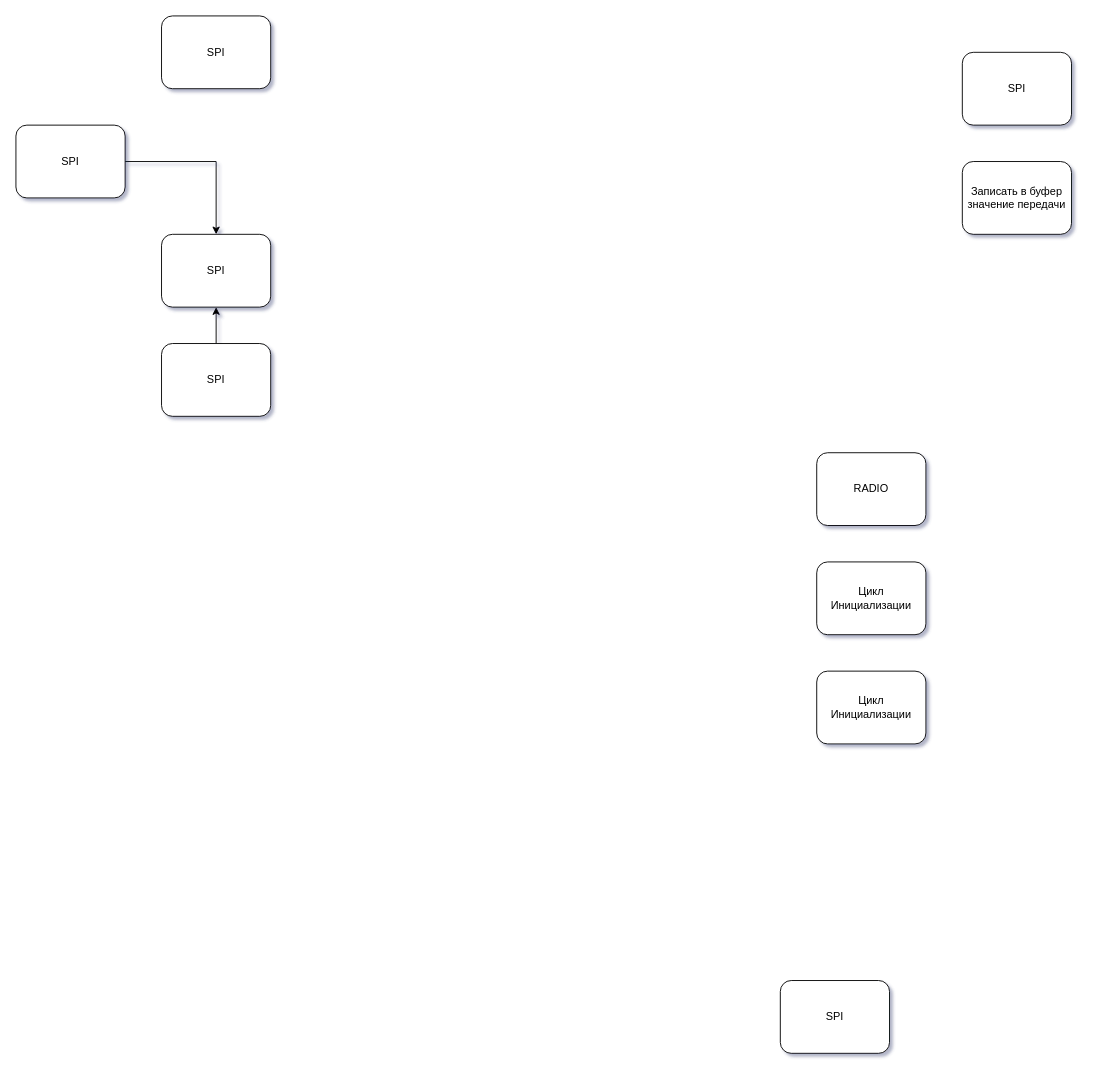
Earlier version of the draw.io diagram Shem/CENSOR_SHEM.drawio (RivayM/Censor-TM-NCFU). Source tidied: cells renumbered, new cells numbered last; positions are measured from the earlier drawing's top-left corner, leaving out a move shared by most shapes. Both pictures are drawn from the tidied source at 91%, with x=0, y=0 at pixel (15, 15).
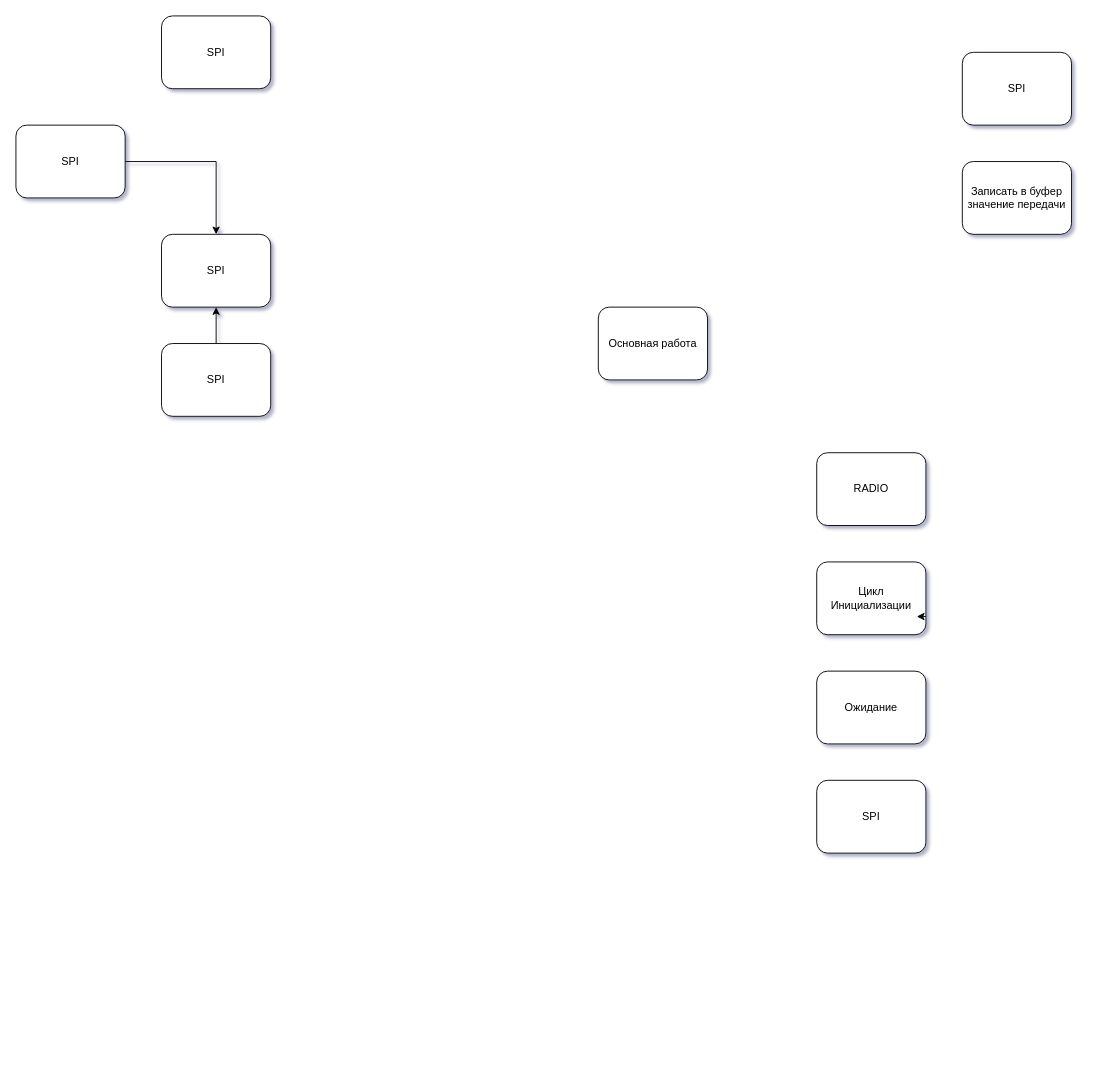
After the change.

The edit, as a diff of the source:
```diff
@@
 <mxGraphModel shadow="1">
   <root>
     <mxCell id="0" />
     <mxCell id="1" parent="0" />
     <mxCell id="2" value="SPI" style="rounded=1;whiteSpace=wrap;html=1;labelBackgroundColor=none;" parent="1" vertex="1">
       <mxGeometry x="160" width="120" height="80" as="geometry" />
     </mxCell>
     <mxCell id="3" style="edgeStyle=orthogonalEdgeStyle;rounded=0;jettySize=auto;html=1;" parent="1" edge="1" source="4" target="7">
       <mxGeometry relative="1" as="geometry" />
     </mxCell>
     <mxCell id="4" value="SPI" style="rounded=1;whiteSpace=wrap;html=1;labelBackgroundColor=none;" parent="1" vertex="1">
       <mxGeometry y="120" width="120" height="80" as="geometry" />
     </mxCell>
     <mxCell id="5" value="SPI" style="rounded=1;whiteSpace=wrap;html=1;labelBackgroundColor=none;" parent="1" vertex="1">
-      <mxGeometry x="840" y="1060" width="120" height="80" as="geometry" />
+      <mxGeometry x="880" y="840" width="120" height="80" as="geometry" />
     </mxCell>
     <mxCell id="6" value="RADIO" style="rounded=1;whiteSpace=wrap;html=1;labelBackgroundColor=none;" parent="1" vertex="1">
       <mxGeometry x="880" y="480" width="120" height="80" as="geometry" />
     </mxCell>
     <mxCell id="7" value="SPI" style="rounded=1;whiteSpace=wrap;html=1;labelBackgroundColor=none;" parent="1" vertex="1">
       <mxGeometry x="160" y="240" width="120" height="80" as="geometry" />
     </mxCell>
     <mxCell id="8" style="edgeStyle=orthogonalEdgeStyle;rounded=0;jettySize=auto;html=1;" parent="1" edge="1" source="9" target="7">
       <mxGeometry relative="1" as="geometry" />
     </mxCell>
     <mxCell id="9" value="SPI" style="rounded=1;whiteSpace=wrap;html=1;labelBackgroundColor=none;" parent="1" vertex="1">
       <mxGeometry x="160" y="360" width="120" height="80" as="geometry" />
     </mxCell>
     <mxCell id="10" value="SPI" style="rounded=1;whiteSpace=wrap;html=1;labelBackgroundColor=none;" parent="1" vertex="1">
       <mxGeometry x="1040" y="40" width="120" height="80" as="geometry" />
     </mxCell>
     <mxCell id="11" value="Записать в буфер значение передачи" style="rounded=1;whiteSpace=wrap;html=1;labelBackgroundColor=none;" parent="1" vertex="1">
       <mxGeometry x="1040" y="160" width="120" height="80" as="geometry" />
     </mxCell>
     <mxCell id="12" value="Цикл Инициализации" style="rounded=1;whiteSpace=wrap;html=1;labelBackgroundColor=none;" parent="1" vertex="1">
       <mxGeometry x="880" y="600" width="120" height="80" as="geometry" />
     </mxCell>
-    <mxCell id="13" value="Цикл Инициализации" style="rounded=1;whiteSpace=wrap;html=1;labelBackgroundColor=none;" parent="1" vertex="1">
+    <mxCell id="13" value="Ожидание" style="rounded=1;whiteSpace=wrap;html=1;labelBackgroundColor=none;" parent="1" vertex="1">
       <mxGeometry x="880" y="720" width="120" height="80" as="geometry" />
     </mxCell>
+    <mxCell id="14" value="Основная работа" style="rounded=1;whiteSpace=wrap;html=1;labelBackgroundColor=none;" parent="1" vertex="1">
+      <mxGeometry x="640" y="320" width="120" height="80" as="geometry" />
+    </mxCell>
+    <mxCell id="15" style="edgeStyle=orthogonalEdgeStyle;rounded=0;orthogonalLoop=1;jettySize=auto;html=1;exitX=1;exitY=0.75;exitDx=0;exitDy=0;entryX=0.917;entryY=0.745;entryDx=0;entryDy=0;entryPerimeter=0;" parent="1" edge="1" source="12" target="12">
+      <mxGeometry relative="1" as="geometry" />
+    </mxCell>
   </root>
 </mxGraphModel>
```
